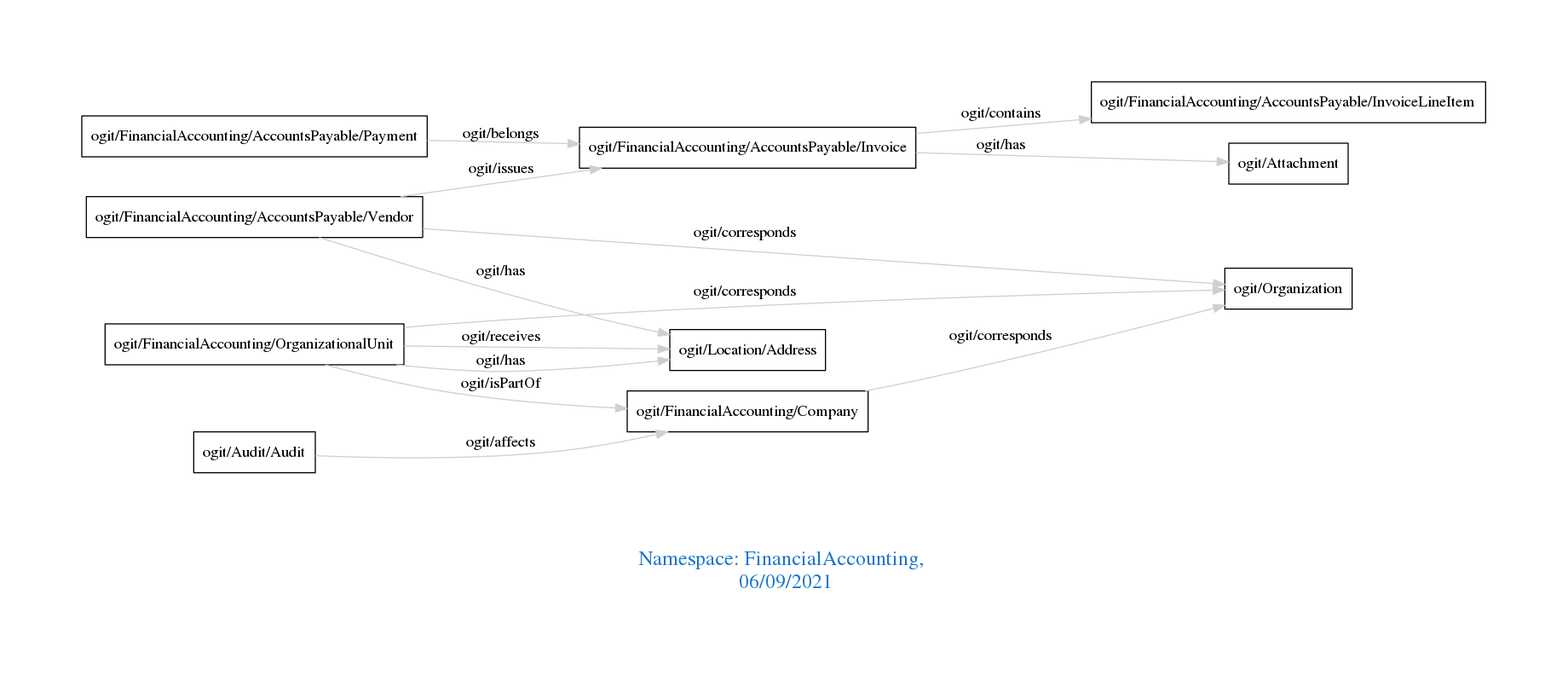
Earlier version of the Graphviz export downloads/FinancialAccounting.png (arago/OGIT). Its source is kept beside it as downloads/FinancialAccounting.dot.
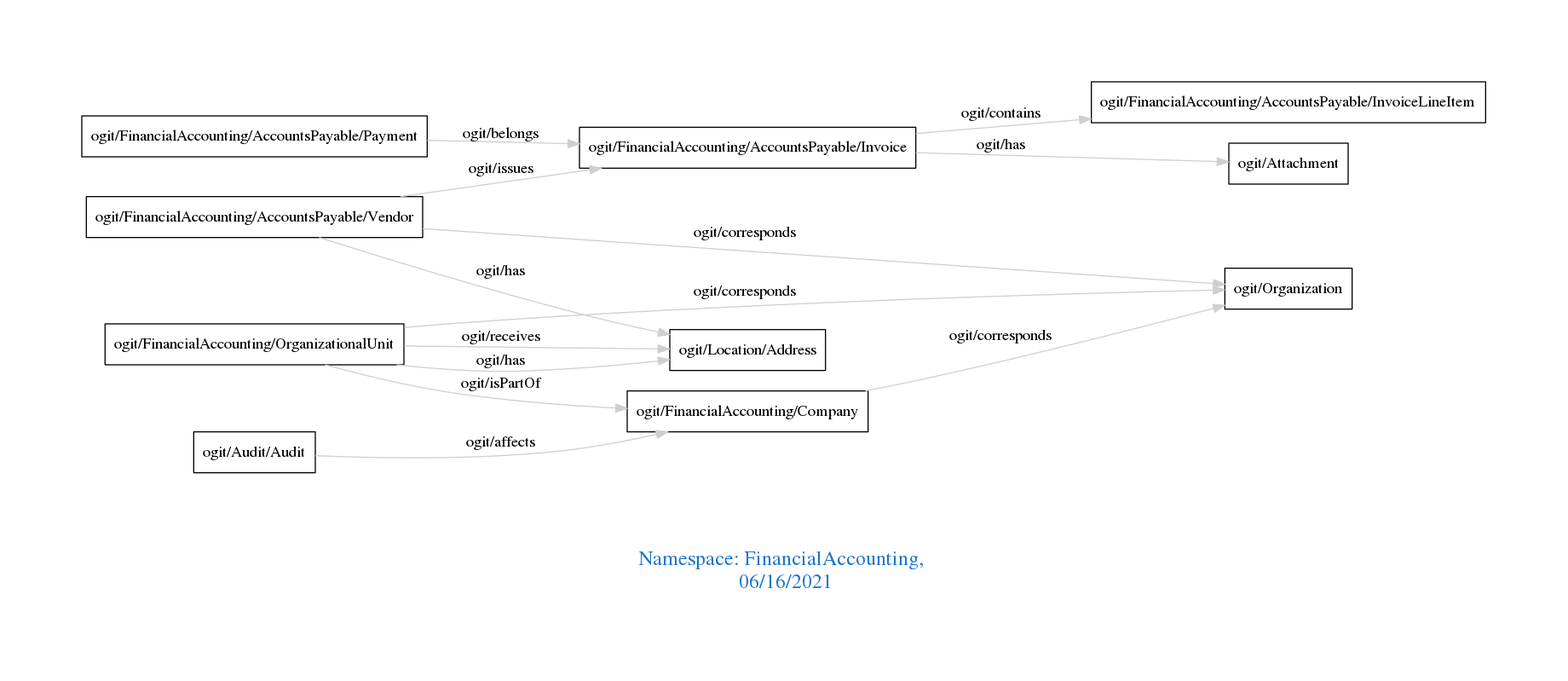
After the commit.

Diff of the diagram source:
```diff
@@ -1,7 +1,7 @@
 digraph OGIT_ontology {
  graph [ rankdir= LR,pad=1
 fontsize = 18,
-fontcolor= dodgerblue3,label = "\n\n\nNamespace: FinancialAccounting, \n 06/09/2021"];
+fontcolor= dodgerblue3,label = "\n\n\nNamespace: FinancialAccounting, \n 06/16/2021"];
 node[shape=polygon];
 edge [  color="gray81"];
 
```
